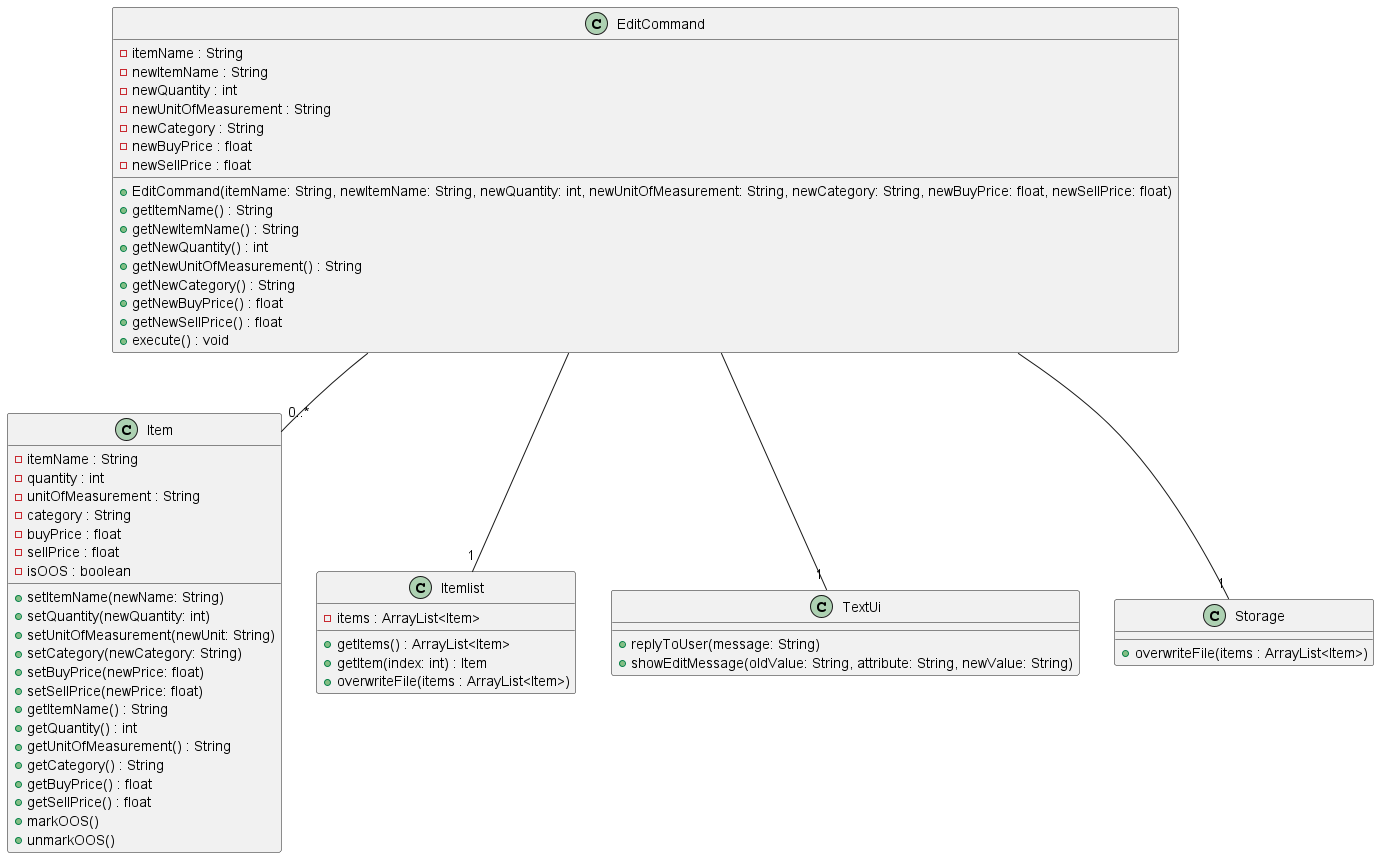
Before: docs/Diagrams/Images/Itemlist/EditCommand_ClassDiagram.png, a diagram exported from PlantUML (LowTL/tp).
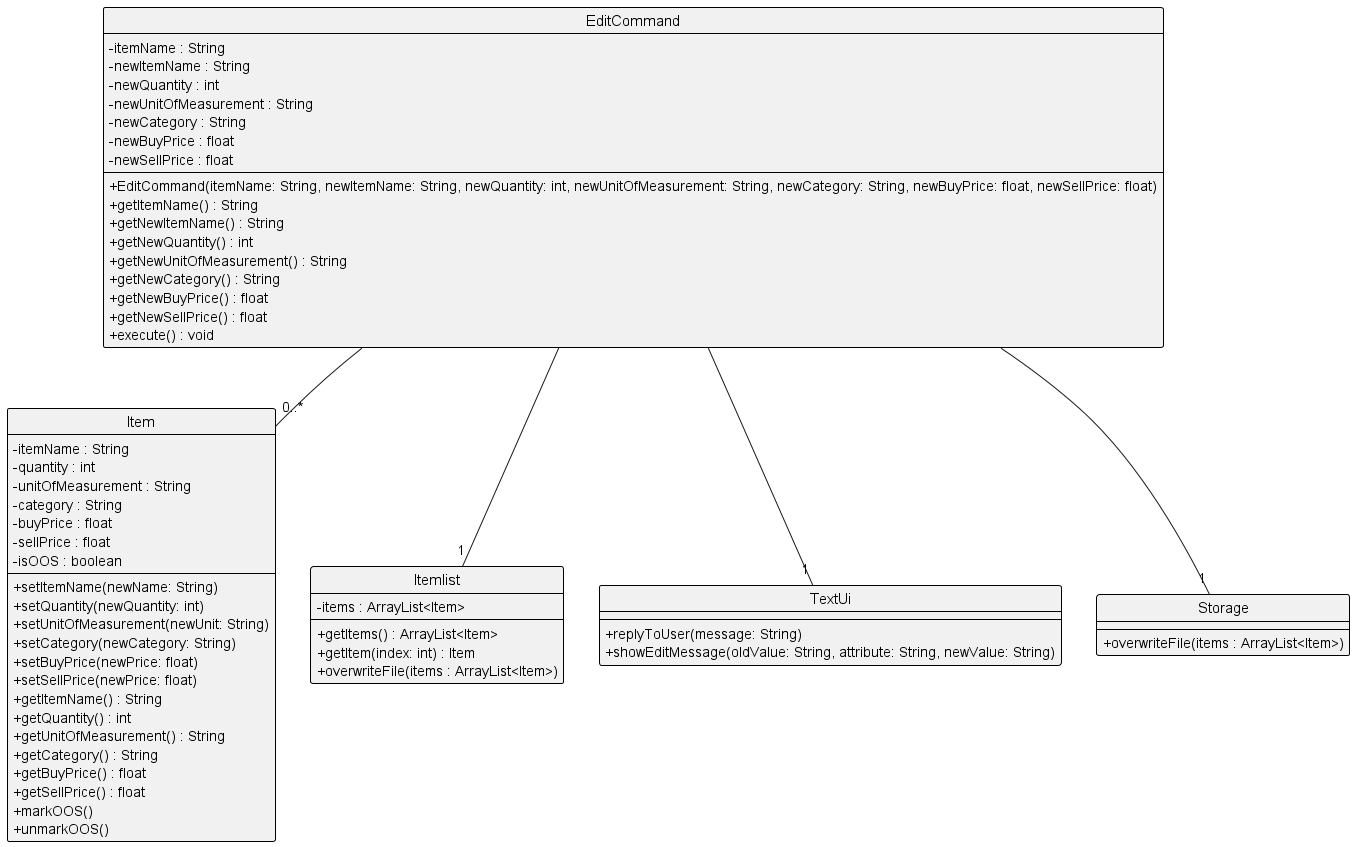
After the commit.

Change to the diagram source:
```diff
@@ -1,4 +1,6 @@
 @startuml
+!include ../Style.puml
+
 class EditCommand {
     - itemName : String
     - newItemName : String
@@ -65,4 +67,6 @@
 EditCommand -- "1" Itemlist
 EditCommand -- "1" TextUi
 EditCommand -- "1" Storage
+hide circle
+skinparam classAttributeIconSize 0
 @enduml
```
